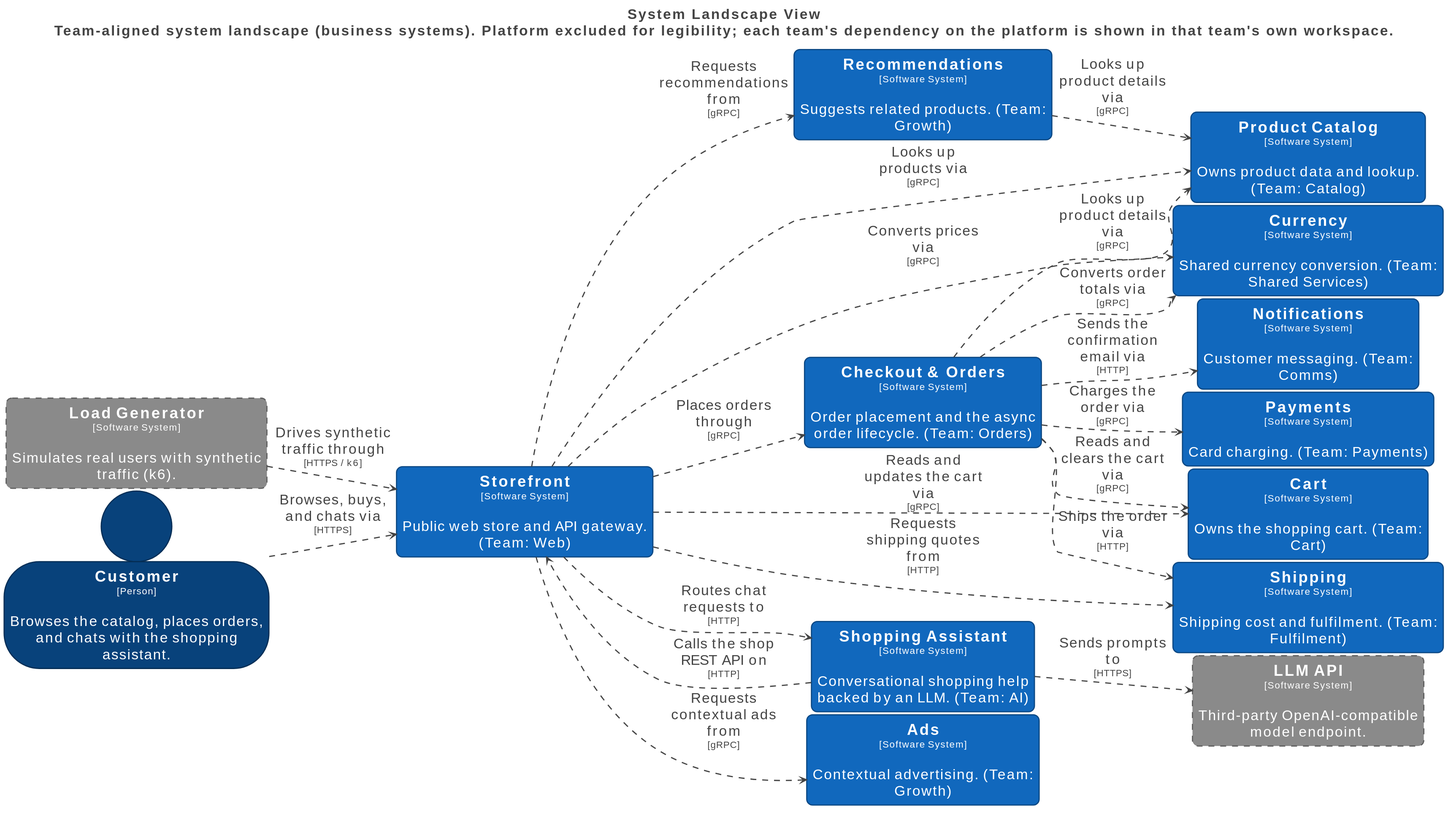
Before: docs/architecture/workspaces/landscape/exports/structurizr-Landscape.svg, a diagram exported from PlantUML (allensanborn/opentelemetry-demo). Its diagram source:
```plantuml
@startuml
title <size:24>System Landscape View</size>\n<size:24>Team-aligned system landscape (business systems). Platform excluded for legibility; each team's dependency on the platform is shown in that team's own workspace.</size>

set separator none
left to right direction
skinparam ranksep 20
skinparam nodesep 5
hide stereotype

<style>
  root {
    BackgroundColor: #ffffff;
    FontColor: #444444;
  }
  // Element,Person
  .Element-RWxlbWVudCxQZXJzb24= {
    BackgroundColor: #08427b;
    LineColor: #052e56;
    LineStyle: 0;
    LineThickness: 2;
    FontColor: #ffffff;
    FontSize: 24;
    HorizontalAlignment: center;
    Shadowing: 0;
    MaximumWidth: 450;
  }
  // Element,Software System
  .Element-RWxlbWVudCxTb2Z0d2FyZSBTeXN0ZW0= {
    BackgroundColor: #1168bd;
    LineColor: #0b4884;
    LineStyle: 0;
    LineThickness: 2;
    RoundCorner: 20;
    FontColor: #ffffff;
    FontSize: 24;
    HorizontalAlignment: center;
    Shadowing: 0;
    MaximumWidth: 450;
  }
  // Element,Software System,External
  .Element-RWxlbWVudCxTb2Z0d2FyZSBTeXN0ZW0sRXh0ZXJuYWw= {
    BackgroundColor: #8a8a8a;
    LineColor: #606060;
    LineStyle: 10-10;
    LineThickness: 2;
    RoundCorner: 20;
    FontColor: #ffffff;
    FontSize: 24;
    HorizontalAlignment: center;
    Shadowing: 0;
    MaximumWidth: 450;
  }
  // Relationship
  .Relationship-UmVsYXRpb25zaGlw {
    LineThickness: 2;
    LineStyle: 10-10;
    LineColor: #444444;
    FontColor: #444444;
    FontSize: 24;
    MaximumWidth: 200;
  }
</style>

rectangle "==Storefront\n<size:16>[Software System]</size>\n\nPublic web store and API gateway. (Team: Web)" <<Element-RWxlbWVudCxTb2Z0d2FyZSBTeXN0ZW0=>> as Storefront
rectangle "==Notifications\n<size:16>[Software System]</size>\n\nCustomer messaging. (Team: Comms)" <<Element-RWxlbWVudCxTb2Z0d2FyZSBTeXN0ZW0=>> as Notifications
rectangle "==Currency\n<size:16>[Software System]</size>\n\nShared currency conversion. (Team: Shared Services)" <<Element-RWxlbWVudCxTb2Z0d2FyZSBTeXN0ZW0=>> as Currency
rectangle "==LLM API\n<size:16>[Software System]</size>\n\nThird-party OpenAI-compatible model endpoint." <<Element-RWxlbWVudCxTb2Z0d2FyZSBTeXN0ZW0sRXh0ZXJuYWw=>> as LLMAPI
rectangle "==Load Generator\n<size:16>[Software System]</size>\n\nSimulates real users with synthetic traffic (k6)." <<Element-RWxlbWVudCxTb2Z0d2FyZSBTeXN0ZW0sRXh0ZXJuYWw=>> as LoadGenerator
person "==Customer\n<size:16>[Person]</size>\n\nBrowses the catalog, places orders, and chats with the shopping assistant." <<Element-RWxlbWVudCxQZXJzb24=>> as Customer
rectangle "==Shopping Assistant\n<size:16>[Software System]</size>\n\nConversational shopping help backed by an LLM. (Team: AI)" <<Element-RWxlbWVudCxTb2Z0d2FyZSBTeXN0ZW0=>> as ShoppingAssistant
rectangle "==Product Catalog\n<size:16>[Software System]</size>\n\nOwns product data and lookup. (Team: Catalog)" <<Element-RWxlbWVudCxTb2Z0d2FyZSBTeXN0ZW0=>> as ProductCatalog
rectangle "==Recommendations\n<size:16>[Software System]</size>\n\nSuggests related products. (Team: Growth)" <<Element-RWxlbWVudCxTb2Z0d2FyZSBTeXN0ZW0=>> as Recommendations
rectangle "==Ads\n<size:16>[Software System]</size>\n\nContextual advertising. (Team: Growth)" <<Element-RWxlbWVudCxTb2Z0d2FyZSBTeXN0ZW0=>> as Ads
rectangle "==Cart\n<size:16>[Software System]</size>\n\nOwns the shopping cart. (Team: Cart)" <<Element-RWxlbWVudCxTb2Z0d2FyZSBTeXN0ZW0=>> as Cart
rectangle "==Checkout & Orders\n<size:16>[Software System]</size>\n\nOrder placement and the async order lifecycle. (Team: Orders)" <<Element-RWxlbWVudCxTb2Z0d2FyZSBTeXN0ZW0=>> as CheckoutOrders
rectangle "==Payments\n<size:16>[Software System]</size>\n\nCard charging. (Team: Payments)" <<Element-RWxlbWVudCxTb2Z0d2FyZSBTeXN0ZW0=>> as Payments
rectangle "==Shipping\n<size:16>[Software System]</size>\n\nShipping cost and fulfilment. (Team: Fulfilment)" <<Element-RWxlbWVudCxTb2Z0d2FyZSBTeXN0ZW0=>> as Shipping

Customer --> Storefront <<Relationship-UmVsYXRpb25zaGlw>> : "Browses, buys, and chats via\n<size:16>[HTTPS]</size>"
LoadGenerator --> Storefront <<Relationship-UmVsYXRpb25zaGlw>> : "Drives synthetic traffic through\n<size:16>[HTTPS / k6]</size>"
Storefront --> ShoppingAssistant <<Relationship-UmVsYXRpb25zaGlw>> : "Routes chat requests to\n<size:16>[HTTP]</size>"
Storefront --> Ads <<Relationship-UmVsYXRpb25zaGlw>> : "Requests contextual ads from\n<size:16>[gRPC]</size>"
Storefront --> Cart <<Relationship-UmVsYXRpb25zaGlw>> : "Reads and updates the cart via\n<size:16>[gRPC]</size>"
Storefront --> CheckoutOrders <<Relationship-UmVsYXRpb25zaGlw>> : "Places orders through\n<size:16>[gRPC]</size>"
Storefront --> Currency <<Relationship-UmVsYXRpb25zaGlw>> : "Converts prices via\n<size:16>[gRPC]</size>"
Storefront --> ProductCatalog <<Relationship-UmVsYXRpb25zaGlw>> : "Looks up products via\n<size:16>[gRPC]</size>"
Storefront --> Recommendations <<Relationship-UmVsYXRpb25zaGlw>> : "Requests recommendations from\n<size:16>[gRPC]</size>"
Storefront --> Shipping <<Relationship-UmVsYXRpb25zaGlw>> : "Requests shipping quotes from\n<size:16>[HTTP]</size>"
ShoppingAssistant --> Storefront <<Relationship-UmVsYXRpb25zaGlw>> : "Calls the shop REST API on\n<size:16>[HTTP]</size>"
ShoppingAssistant --> LLMAPI <<Relationship-UmVsYXRpb25zaGlw>> : "Sends prompts to\n<size:16>[HTTPS]</size>"
CheckoutOrders --> Cart <<Relationship-UmVsYXRpb25zaGlw>> : "Reads and clears the cart via\n<size:16>[gRPC]</size>"
CheckoutOrders --> Currency <<Relationship-UmVsYXRpb25zaGlw>> : "Converts order totals via\n<size:16>[gRPC]</size>"
CheckoutOrders --> ProductCatalog <<Relationship-UmVsYXRpb25zaGlw>> : "Looks up product details via\n<size:16>[gRPC]</size>"
CheckoutOrders --> Payments <<Relationship-UmVsYXRpb25zaGlw>> : "Charges the order via\n<size:16>[gRPC]</size>"
CheckoutOrders --> Shipping <<Relationship-UmVsYXRpb25zaGlw>> : "Ships the order via\n<size:16>[HTTP]</size>"
CheckoutOrders --> Notifications <<Relationship-UmVsYXRpb25zaGlw>> : "Sends the confirmation email via\n<size:16>[HTTP]</size>"
Recommendations --> ProductCatalog <<Relationship-UmVsYXRpb25zaGlw>> : "Looks up product details via\n<size:16>[gRPC]</size>"
@enduml
```
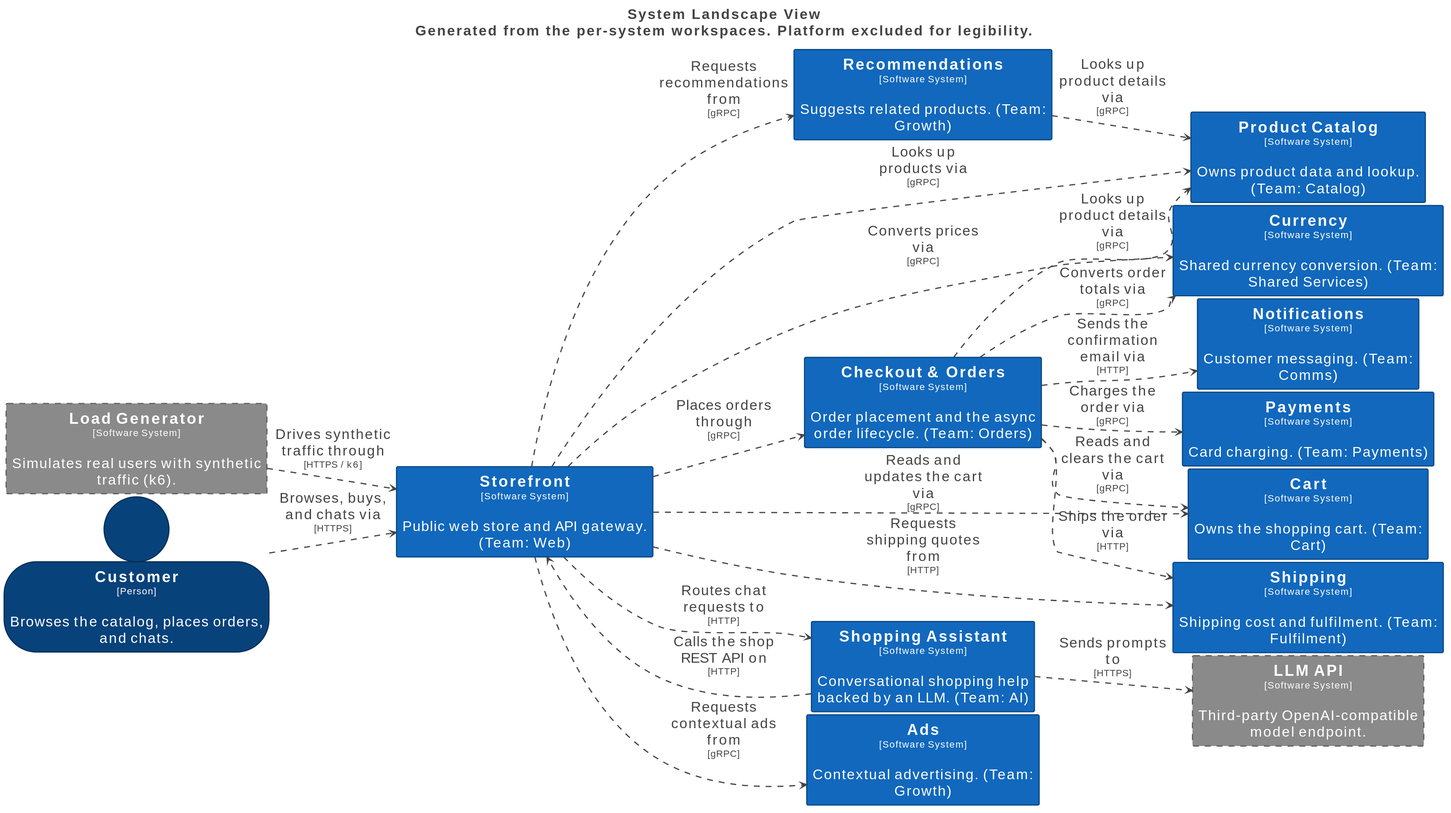
The same diagram one commit later.

The edit, as a diff of the source:
```diff
@@ -1,5 +1,5 @@
 @startuml
-title <size:24>System Landscape View</size>\n<size:24>Team-aligned system landscape (business systems). Platform excluded for legibility; each team's dependency on the platform is shown in that team's own workspace.</size>
+title <size:24>System Landscape View</size>\n<size:24>Generated from the per-system workspaces. Platform excluded for legibility.</size>
 
 set separator none
 left to right direction
@@ -30,7 +30,6 @@
     LineColor: #0b4884;
     LineStyle: 0;
     LineThickness: 2;
-    RoundCorner: 20;
     FontColor: #ffffff;
     FontSize: 24;
     HorizontalAlignment: center;
@@ -43,7 +42,6 @@
     LineColor: #606060;
     LineStyle: 10-10;
     LineThickness: 2;
-    RoundCorner: 20;
     FontColor: #ffffff;
     FontSize: 24;
     HorizontalAlignment: center;
@@ -61,23 +59,30 @@
   }
 </style>
 
-rectangle "==Storefront\n<size:16>[Software System]</size>\n\nPublic web store and API gateway. (Team: Web)" <<Element-RWxlbWVudCxTb2Z0d2FyZSBTeXN0ZW0=>> as Storefront
-rectangle "==Notifications\n<size:16>[Software System]</size>\n\nCustomer messaging. (Team: Comms)" <<Element-RWxlbWVudCxTb2Z0d2FyZSBTeXN0ZW0=>> as Notifications
-rectangle "==Currency\n<size:16>[Software System]</size>\n\nShared currency conversion. (Team: Shared Services)" <<Element-RWxlbWVudCxTb2Z0d2FyZSBTeXN0ZW0=>> as Currency
+rectangle "==Storefront\n<size:16>[Software System]</size>\n\nPublic web store and API gateway. (Team: Web)" <<Element-RWxlbWVudCxTb2Z0d2FyZSBTeXN0ZW0=>> as Storefront [[{workspace:0}/diagrams]]
+rectangle "==Notifications\n<size:16>[Software System]</size>\n\nCustomer messaging. (Team: Comms)" <<Element-RWxlbWVudCxTb2Z0d2FyZSBTeXN0ZW0=>> as Notifications [[{workspace:0}/diagrams]]
+rectangle "==Currency\n<size:16>[Software System]</size>\n\nShared currency conversion. (Team: Shared Services)" <<Element-RWxlbWVudCxTb2Z0d2FyZSBTeXN0ZW0=>> as Currency [[{workspace:0}/diagrams]]
 rectangle "==LLM API\n<size:16>[Software System]</size>\n\nThird-party OpenAI-compatible model endpoint." <<Element-RWxlbWVudCxTb2Z0d2FyZSBTeXN0ZW0sRXh0ZXJuYWw=>> as LLMAPI
 rectangle "==Load Generator\n<size:16>[Software System]</size>\n\nSimulates real users with synthetic traffic (k6)." <<Element-RWxlbWVudCxTb2Z0d2FyZSBTeXN0ZW0sRXh0ZXJuYWw=>> as LoadGenerator
-person "==Customer\n<size:16>[Person]</size>\n\nBrowses the catalog, places orders, and chats with the shopping assistant." <<Element-RWxlbWVudCxQZXJzb24=>> as Customer
-rectangle "==Shopping Assistant\n<size:16>[Software System]</size>\n\nConversational shopping help backed by an LLM. (Team: AI)" <<Element-RWxlbWVudCxTb2Z0d2FyZSBTeXN0ZW0=>> as ShoppingAssistant
-rectangle "==Product Catalog\n<size:16>[Software System]</size>\n\nOwns product data and lookup. (Team: Catalog)" <<Element-RWxlbWVudCxTb2Z0d2FyZSBTeXN0ZW0=>> as ProductCatalog
-rectangle "==Recommendations\n<size:16>[Software System]</size>\n\nSuggests related products. (Team: Growth)" <<Element-RWxlbWVudCxTb2Z0d2FyZSBTeXN0ZW0=>> as Recommendations
-rectangle "==Ads\n<size:16>[Software System]</size>\n\nContextual advertising. (Team: Growth)" <<Element-RWxlbWVudCxTb2Z0d2FyZSBTeXN0ZW0=>> as Ads
-rectangle "==Cart\n<size:16>[Software System]</size>\n\nOwns the shopping cart. (Team: Cart)" <<Element-RWxlbWVudCxTb2Z0d2FyZSBTeXN0ZW0=>> as Cart
-rectangle "==Checkout & Orders\n<size:16>[Software System]</size>\n\nOrder placement and the async order lifecycle. (Team: Orders)" <<Element-RWxlbWVudCxTb2Z0d2FyZSBTeXN0ZW0=>> as CheckoutOrders
-rectangle "==Payments\n<size:16>[Software System]</size>\n\nCard charging. (Team: Payments)" <<Element-RWxlbWVudCxTb2Z0d2FyZSBTeXN0ZW0=>> as Payments
-rectangle "==Shipping\n<size:16>[Software System]</size>\n\nShipping cost and fulfilment. (Team: Fulfilment)" <<Element-RWxlbWVudCxTb2Z0d2FyZSBTeXN0ZW0=>> as Shipping
+person "==Customer\n<size:16>[Person]</size>\n\nBrowses the catalog, places orders, and chats." <<Element-RWxlbWVudCxQZXJzb24=>> as Customer
+rectangle "==Shopping Assistant\n<size:16>[Software System]</size>\n\nConversational shopping help backed by an LLM. (Team: AI)" <<Element-RWxlbWVudCxTb2Z0d2FyZSBTeXN0ZW0=>> as ShoppingAssistant [[{workspace:0}/diagrams]]
+rectangle "==Product Catalog\n<size:16>[Software System]</size>\n\nOwns product data and lookup. (Team: Catalog)" <<Element-RWxlbWVudCxTb2Z0d2FyZSBTeXN0ZW0=>> as ProductCatalog [[{workspace:0}/diagrams]]
+rectangle "==Recommendations\n<size:16>[Software System]</size>\n\nSuggests related products. (Team: Growth)" <<Element-RWxlbWVudCxTb2Z0d2FyZSBTeXN0ZW0=>> as Recommendations [[{workspace:0}/diagrams]]
+rectangle "==Ads\n<size:16>[Software System]</size>\n\nContextual advertising. (Team: Growth)" <<Element-RWxlbWVudCxTb2Z0d2FyZSBTeXN0ZW0=>> as Ads [[{workspace:0}/diagrams]]
+rectangle "==Cart\n<size:16>[Software System]</size>\n\nOwns the shopping cart. (Team: Cart)" <<Element-RWxlbWVudCxTb2Z0d2FyZSBTeXN0ZW0=>> as Cart [[{workspace:0}/diagrams]]
+rectangle "==Checkout & Orders\n<size:16>[Software System]</size>\n\nOrder placement and the async order lifecycle. (Team: Orders)" <<Element-RWxlbWVudCxTb2Z0d2FyZSBTeXN0ZW0=>> as CheckoutOrders [[{workspace:0}/diagrams]]
+rectangle "==Payments\n<size:16>[Software System]</size>\n\nCard charging. (Team: Payments)" <<Element-RWxlbWVudCxTb2Z0d2FyZSBTeXN0ZW0=>> as Payments [[{workspace:0}/diagrams]]
+rectangle "==Shipping\n<size:16>[Software System]</size>\n\nShipping cost and fulfilment. (Team: Fulfilment)" <<Element-RWxlbWVudCxTb2Z0d2FyZSBTeXN0ZW0=>> as Shipping [[{workspace:0}/diagrams]]
 
-Customer --> Storefront <<Relationship-UmVsYXRpb25zaGlw>> : "Browses, buys, and chats via\n<size:16>[HTTPS]</size>"
-LoadGenerator --> Storefront <<Relationship-UmVsYXRpb25zaGlw>> : "Drives synthetic traffic through\n<size:16>[HTTPS / k6]</size>"
+CheckoutOrders --> Cart <<Relationship-UmVsYXRpb25zaGlw>> : "Reads and clears the cart via\n<size:16>[gRPC]</size>"
+CheckoutOrders --> Currency <<Relationship-UmVsYXRpb25zaGlw>> : "Converts order totals via\n<size:16>[gRPC]</size>"
+CheckoutOrders --> ProductCatalog <<Relationship-UmVsYXRpb25zaGlw>> : "Looks up product details via\n<size:16>[gRPC]</size>"
+CheckoutOrders --> Payments <<Relationship-UmVsYXRpb25zaGlw>> : "Charges the order via\n<size:16>[gRPC]</size>"
+CheckoutOrders --> Shipping <<Relationship-UmVsYXRpb25zaGlw>> : "Ships the order via\n<size:16>[HTTP]</size>"
+CheckoutOrders --> Notifications <<Relationship-UmVsYXRpb25zaGlw>> : "Sends the confirmation email via\n<size:16>[HTTP]</size>"
+Recommendations --> ProductCatalog <<Relationship-UmVsYXRpb25zaGlw>> : "Looks up product details via\n<size:16>[gRPC]</size>"
+ShoppingAssistant --> LLMAPI <<Relationship-UmVsYXRpb25zaGlw>> : "Sends prompts to\n<size:16>[HTTPS]</size>"
+ShoppingAssistant --> Storefront <<Relationship-UmVsYXRpb25zaGlw>> : "Calls the shop REST API on\n<size:16>[HTTP]</size>"
 Storefront --> ShoppingAssistant <<Relationship-UmVsYXRpb25zaGlw>> : "Routes chat requests to\n<size:16>[HTTP]</size>"
 Storefront --> Ads <<Relationship-UmVsYXRpb25zaGlw>> : "Requests contextual ads from\n<size:16>[gRPC]</size>"
 Storefront --> Cart <<Relationship-UmVsYXRpb25zaGlw>> : "Reads and updates the cart via\n<size:16>[gRPC]</size>"
@@ -86,13 +91,6 @@
 Storefront --> ProductCatalog <<Relationship-UmVsYXRpb25zaGlw>> : "Looks up products via\n<size:16>[gRPC]</size>"
 Storefront --> Recommendations <<Relationship-UmVsYXRpb25zaGlw>> : "Requests recommendations from\n<size:16>[gRPC]</size>"
 Storefront --> Shipping <<Relationship-UmVsYXRpb25zaGlw>> : "Requests shipping quotes from\n<size:16>[HTTP]</size>"
-ShoppingAssistant --> Storefront <<Relationship-UmVsYXRpb25zaGlw>> : "Calls the shop REST API on\n<size:16>[HTTP]</size>"
-ShoppingAssistant --> LLMAPI <<Relationship-UmVsYXRpb25zaGlw>> : "Sends prompts to\n<size:16>[HTTPS]</size>"
-CheckoutOrders --> Cart <<Relationship-UmVsYXRpb25zaGlw>> : "Reads and clears the cart via\n<size:16>[gRPC]</size>"
-CheckoutOrders --> Currency <<Relationship-UmVsYXRpb25zaGlw>> : "Converts order totals via\n<size:16>[gRPC]</size>"
-CheckoutOrders --> ProductCatalog <<Relationship-UmVsYXRpb25zaGlw>> : "Looks up product details via\n<size:16>[gRPC]</size>"
-CheckoutOrders --> Payments <<Relationship-UmVsYXRpb25zaGlw>> : "Charges the order via\n<size:16>[gRPC]</size>"
-CheckoutOrders --> Shipping <<Relationship-UmVsYXRpb25zaGlw>> : "Ships the order via\n<size:16>[HTTP]</size>"
-CheckoutOrders --> Notifications <<Relationship-UmVsYXRpb25zaGlw>> : "Sends the confirmation email via\n<size:16>[HTTP]</size>"
-Recommendations --> ProductCatalog <<Relationship-UmVsYXRpb25zaGlw>> : "Looks up product details via\n<size:16>[gRPC]</size>"
+Customer --> Storefront <<Relationship-UmVsYXRpb25zaGlw>> : "Browses, buys, and chats via\n<size:16>[HTTPS]</size>"
+LoadGenerator --> Storefront <<Relationship-UmVsYXRpb25zaGlw>> : "Drives synthetic traffic through\n<size:16>[HTTPS / k6]</size>"
 @enduml
```
